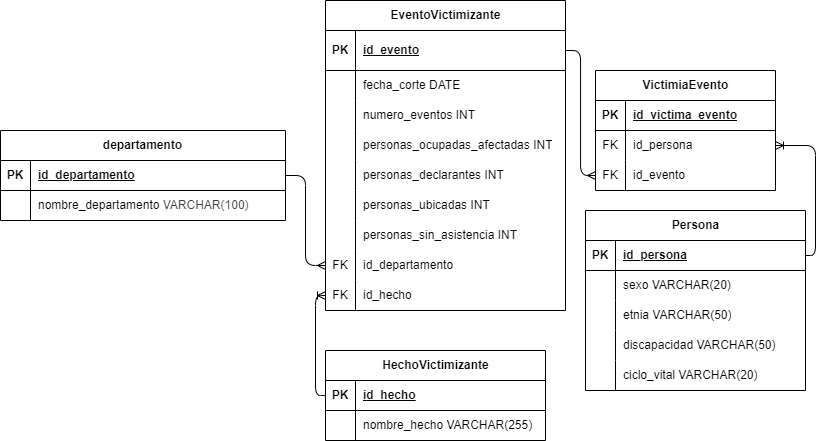
Before: database/Modelo Relacional.png, a diagram exported from draw.io (SantiRendon/conflicto-armado-en-cifras). Source tidied: cells renumbered, new cells last; positions are measured from the earlier drawing's top-left corner, leaving out a move shared by most shapes.
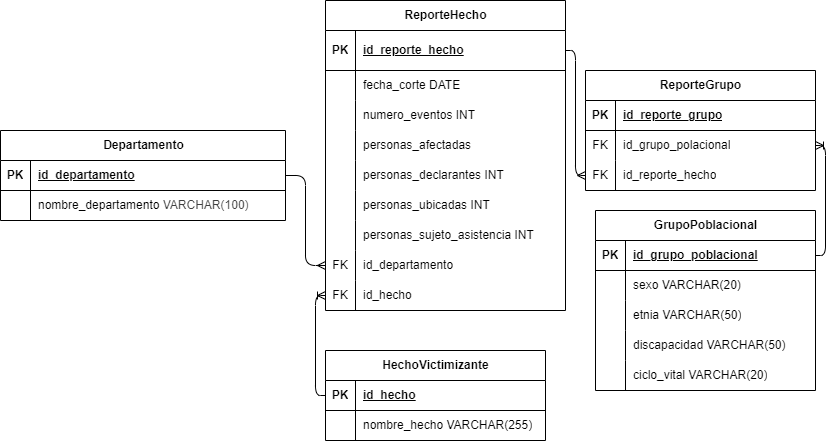
The same diagram one commit later.

Change to the diagram source:
```diff
@@ -2,35 +2,35 @@
   <root>
     <mxCell id="0" />
     <mxCell id="1" parent="0" />
-    <mxCell id="2" value="VictimiaEvento" style="shape=table;startSize=30;rowLines=0;fontStyle=1;align=center;html=1;" parent="1" vertex="1">
-      <mxGeometry x="595" y="70" width="180" height="120" as="geometry" />
+    <mxCell id="2" value="ReporteGrupo" style="shape=table;startSize=30;rowLines=0;fontStyle=1;align=center;html=1;" parent="1" vertex="1">
+      <mxGeometry x="585" y="70" width="230" height="120" as="geometry" />
     </mxCell>
     <mxCell id="3" style="shape=tableRow;horizontal=0;startSize=0;swimlaneHead=0;swimlaneBody=0;fillColor=none;top=0;left=0;right=0;bottom=1;" parent="2" vertex="1">
-      <mxGeometry y="30" width="180" height="30" as="geometry" />
+      <mxGeometry y="30" width="230" height="30" as="geometry" />
     </mxCell>
     <mxCell id="4" value="PK" style="shape=partialRectangle;fillColor=none;top=0;left=0;bottom=0;right=0;fontStyle=1;overflow=hidden;whiteSpace=wrap;html=1;" parent="3" vertex="1">
       <mxGeometry width="30" height="30" as="geometry" />
     </mxCell>
-    <mxCell id="5" value="id_victima_evento" style="shape=partialRectangle;fillColor=none;top=0;left=0;bottom=0;right=0;align=left;spacingLeft=6;fontStyle=5;overflow=hidden;whiteSpace=wrap;html=1;" parent="3" vertex="1">
-      <mxGeometry x="30" width="150" height="30" as="geometry" />
+    <mxCell id="5" value="id_reporte_grupo" style="shape=partialRectangle;fillColor=none;top=0;left=0;bottom=0;right=0;align=left;spacingLeft=6;fontStyle=5;overflow=hidden;whiteSpace=wrap;html=1;" parent="3" vertex="1">
+      <mxGeometry x="30" width="200" height="30" as="geometry" />
     </mxCell>
     <mxCell id="6" style="shape=tableRow;horizontal=0;startSize=0;swimlaneHead=0;swimlaneBody=0;fillColor=none;points=[[0,0.5],[1,0.5]];portConstraint=eastwest;top=0;left=0;right=0;bottom=0;" parent="2" vertex="1">
-      <mxGeometry y="60" width="180" height="30" as="geometry" />
+      <mxGeometry y="60" width="230" height="30" as="geometry" />
     </mxCell>
     <mxCell id="7" value="FK" style="shape=partialRectangle;fillColor=none;top=0;left=0;bottom=0;right=0;overflow=hidden;whiteSpace=wrap;html=1;" parent="6" vertex="1">
       <mxGeometry width="30" height="30" as="geometry" />
     </mxCell>
-    <mxCell id="8" value="id_persona" style="shape=partialRectangle;fillColor=none;top=0;left=0;bottom=0;right=0;align=left;spacingLeft=6;overflow=hidden;whiteSpace=wrap;html=1;" parent="6" vertex="1">
-      <mxGeometry x="30" width="150" height="30" as="geometry" />
+    <mxCell id="8" value="id_grupo_polacional" style="shape=partialRectangle;fillColor=none;top=0;left=0;bottom=0;right=0;align=left;spacingLeft=6;overflow=hidden;whiteSpace=wrap;html=1;" parent="6" vertex="1">
+      <mxGeometry x="30" width="200" height="30" as="geometry" />
     </mxCell>
     <mxCell id="9" style="shape=tableRow;horizontal=0;startSize=0;swimlaneHead=0;swimlaneBody=0;fillColor=none;points=[[0,0.5],[1,0.5]];portConstraint=eastwest;top=0;left=0;right=0;bottom=0;" parent="2" vertex="1">
-      <mxGeometry y="90" width="180" height="30" as="geometry" />
+      <mxGeometry y="90" width="230" height="30" as="geometry" />
     </mxCell>
     <mxCell id="10" value="FK" style="shape=partialRectangle;fillColor=none;top=0;left=0;bottom=0;right=0;overflow=hidden;whiteSpace=wrap;html=1;" parent="9" vertex="1">
       <mxGeometry width="30" height="30" as="geometry" />
     </mxCell>
-    <mxCell id="11" value="id_evento" style="shape=partialRectangle;fillColor=none;top=0;left=0;bottom=0;right=0;align=left;spacingLeft=6;overflow=hidden;whiteSpace=wrap;html=1;" parent="9" vertex="1">
-      <mxGeometry x="30" width="150" height="30" as="geometry" />
+    <mxCell id="11" value="id_reporte_hecho" style="shape=partialRectangle;fillColor=none;top=0;left=0;bottom=0;right=0;align=left;spacingLeft=6;overflow=hidden;whiteSpace=wrap;html=1;" parent="9" vertex="1">
+      <mxGeometry x="30" width="200" height="30" as="geometry" />
     </mxCell>
     <mxCell id="12" value="HechoVictimizante" style="shape=table;startSize=30;rowLines=0;fontStyle=1;align=center;html=1;" parent="1" vertex="1">
       <mxGeometry x="325" y="350" width="220" height="90" as="geometry" />
@@ -53,7 +53,7 @@
     <mxCell id="18" value="nombre_hecho VARCHAR(255)" style="shape=partialRectangle;fillColor=none;top=0;left=0;bottom=0;right=0;align=left;spacingLeft=6;overflow=hidden;whiteSpace=wrap;html=1;" parent="16" vertex="1">
       <mxGeometry x="30" width="190" height="30" as="geometry" />
     </mxCell>
-    <mxCell id="19" value="EventoVictimizante" style="shape=table;startSize=30;rowLines=0;fontStyle=1;align=center;html=1;" parent="1" vertex="1">
+    <mxCell id="19" value="ReporteHecho" style="shape=table;startSize=30;rowLines=0;fontStyle=1;align=center;html=1;" parent="1" vertex="1">
       <mxGeometry x="325" width="240" height="310" as="geometry" />
     </mxCell>
     <mxCell id="20" style="shape=tableRow;horizontal=0;startSize=0;swimlaneHead=0;swimlaneBody=0;fillColor=none;points=[[0,0.5],[1,0.5]];portConstraint=eastwest;top=0;left=0;right=0;bottom=1;" parent="19" vertex="1">
@@ -62,7 +62,7 @@
     <mxCell id="21" value="PK" style="shape=partialRectangle;fillColor=none;top=0;left=0;bottom=0;right=0;fontStyle=1;overflow=hidden;whiteSpace=wrap;html=1;" parent="20" vertex="1">
       <mxGeometry width="30" height="40" as="geometry" />
     </mxCell>
-    <mxCell id="22" value="id_evento" style="shape=partialRectangle;fillColor=none;top=0;left=0;bottom=0;right=0;align=left;spacingLeft=6;fontStyle=5;overflow=hidden;whiteSpace=wrap;html=1;" parent="20" vertex="1">
+    <mxCell id="22" value="id_reporte_hecho" style="shape=partialRectangle;fillColor=none;top=0;left=0;bottom=0;right=0;align=left;spacingLeft=6;fontStyle=5;overflow=hidden;whiteSpace=wrap;html=1;" parent="20" vertex="1">
       <mxGeometry x="30" width="210" height="40" as="geometry" />
     </mxCell>
     <mxCell id="23" style="shape=tableRow;horizontal=0;startSize=0;swimlaneHead=0;swimlaneBody=0;fillColor=none;top=0;left=0;right=0;bottom=0;" parent="19" vertex="1">
@@ -89,7 +89,7 @@
     <mxCell id="30" style="shape=partialRectangle;fillColor=none;top=0;left=0;bottom=0;right=0;overflow=hidden;whiteSpace=wrap;html=1;" parent="29" vertex="1">
       <mxGeometry width="30" height="30" as="geometry" />
     </mxCell>
-    <mxCell id="31" value="personas_ocupadas_afectadas INT" style="shape=partialRectangle;fillColor=none;top=0;left=0;bottom=0;right=0;align=left;spacingLeft=6;overflow=hidden;whiteSpace=wrap;html=1;" parent="29" vertex="1">
+    <mxCell id="31" value="personas_afectadas" style="shape=partialRectangle;fillColor=none;top=0;left=0;bottom=0;right=0;align=left;spacingLeft=6;overflow=hidden;whiteSpace=wrap;html=1;" parent="29" vertex="1">
       <mxGeometry x="30" width="210" height="30" as="geometry" />
     </mxCell>
     <mxCell id="32" style="shape=tableRow;horizontal=0;startSize=0;swimlaneHead=0;swimlaneBody=0;fillColor=none;top=0;left=0;right=0;bottom=0;" parent="19" vertex="1">
@@ -116,7 +116,7 @@
     <mxCell id="39" style="shape=partialRectangle;fillColor=none;top=0;left=0;bottom=0;right=0;overflow=hidden;whiteSpace=wrap;html=1;" parent="38" vertex="1">
       <mxGeometry width="30" height="30" as="geometry" />
     </mxCell>
-    <mxCell id="40" value="personas_sin_asistencia INT" style="shape=partialRectangle;fillColor=none;top=0;left=0;bottom=0;right=0;align=left;spacingLeft=6;overflow=hidden;whiteSpace=wrap;html=1;" parent="38" vertex="1">
+    <mxCell id="40" value="personas_sujeto&lt;span style=&quot;background-color: transparent;&quot;&gt;_asistencia INT&lt;/span&gt;" style="shape=partialRectangle;fillColor=none;top=0;left=0;bottom=0;right=0;align=left;spacingLeft=6;overflow=hidden;whiteSpace=wrap;html=1;" parent="38" vertex="1">
       <mxGeometry x="30" width="210" height="30" as="geometry" />
     </mxCell>
     <mxCell id="41" style="shape=tableRow;horizontal=0;startSize=0;swimlaneHead=0;swimlaneBody=0;fillColor=none;points=[[0,0.5],[1,0.5]];portConstraint=eastwest;top=0;left=0;right=0;bottom=0;" parent="19" vertex="1">
@@ -137,8 +137,8 @@
     <mxCell id="46" value="id_hecho" style="shape=partialRectangle;fillColor=none;top=0;left=0;bottom=0;right=0;align=left;spacingLeft=6;overflow=hidden;whiteSpace=wrap;html=1;" parent="44" vertex="1">
       <mxGeometry x="30" width="210" height="30" as="geometry" />
     </mxCell>
-    <mxCell id="47" value="Persona" style="shape=table;startSize=30;rowLines=0;fontStyle=1;align=center;html=1;" parent="1" vertex="1">
-      <mxGeometry x="585" y="210" width="220" height="180" as="geometry" />
+    <mxCell id="47" value="GrupoPoblacional" style="shape=table;startSize=30;rowLines=0;fontStyle=1;align=center;html=1;" parent="1" vertex="1">
+      <mxGeometry x="595" y="210" width="220" height="180" as="geometry" />
     </mxCell>
     <mxCell id="48" style="shape=tableRow;horizontal=0;startSize=0;swimlaneHead=0;swimlaneBody=0;fillColor=none;points=[[0,0.5],[1,0.5]];portConstraint=eastwest;top=0;left=0;right=0;bottom=1;" parent="47" vertex="1">
       <mxGeometry y="30" width="220" height="30" as="geometry" />
@@ -146,7 +146,7 @@
     <mxCell id="49" value="PK" style="shape=partialRectangle;fillColor=none;top=0;left=0;bottom=0;right=0;fontStyle=1;overflow=hidden;whiteSpace=wrap;html=1;" parent="48" vertex="1">
       <mxGeometry width="30" height="30" as="geometry" />
     </mxCell>
-    <mxCell id="50" value="id_persona" style="shape=partialRectangle;fillColor=none;top=0;left=0;bottom=0;right=0;align=left;spacingLeft=6;fontStyle=5;overflow=hidden;whiteSpace=wrap;html=1;" parent="48" vertex="1">
+    <mxCell id="50" value="id_grupo_poblacional" style="shape=partialRectangle;fillColor=none;top=0;left=0;bottom=0;right=0;align=left;spacingLeft=6;fontStyle=5;overflow=hidden;whiteSpace=wrap;html=1;" parent="48" vertex="1">
       <mxGeometry x="30" width="190" height="30" as="geometry" />
     </mxCell>
     <mxCell id="51" style="shape=tableRow;horizontal=0;startSize=0;swimlaneHead=0;swimlaneBody=0;fillColor=none;top=0;left=0;right=0;bottom=0;" parent="47" vertex="1">
@@ -185,7 +185,7 @@
     <mxCell id="62" value="ciclo_vital VARCHAR(20)" style="shape=partialRectangle;fillColor=none;top=0;left=0;bottom=0;right=0;align=left;spacingLeft=6;overflow=hidden;whiteSpace=wrap;html=1;" parent="60" vertex="1">
       <mxGeometry x="30" width="190" height="30" as="geometry" />
     </mxCell>
-    <mxCell id="63" value="departamento" style="shape=table;startSize=30;rowLines=0;fontStyle=1;align=center;html=1;" parent="1" vertex="1">
+    <mxCell id="63" value="Departamento" style="shape=table;startSize=30;rowLines=0;fontStyle=1;align=center;html=1;" parent="1" vertex="1">
       <mxGeometry y="130" width="285" height="90" as="geometry" />
     </mxCell>
     <mxCell id="64" style="shape=tableRow;horizontal=0;startSize=0;swimlaneHead=0;swimlaneBody=0;fillColor=none;points=[[0,0.5],[1,0.5]];portConstraint=eastwest;top=0;left=0;right=0;bottom=1;" parent="63" vertex="1">
```
